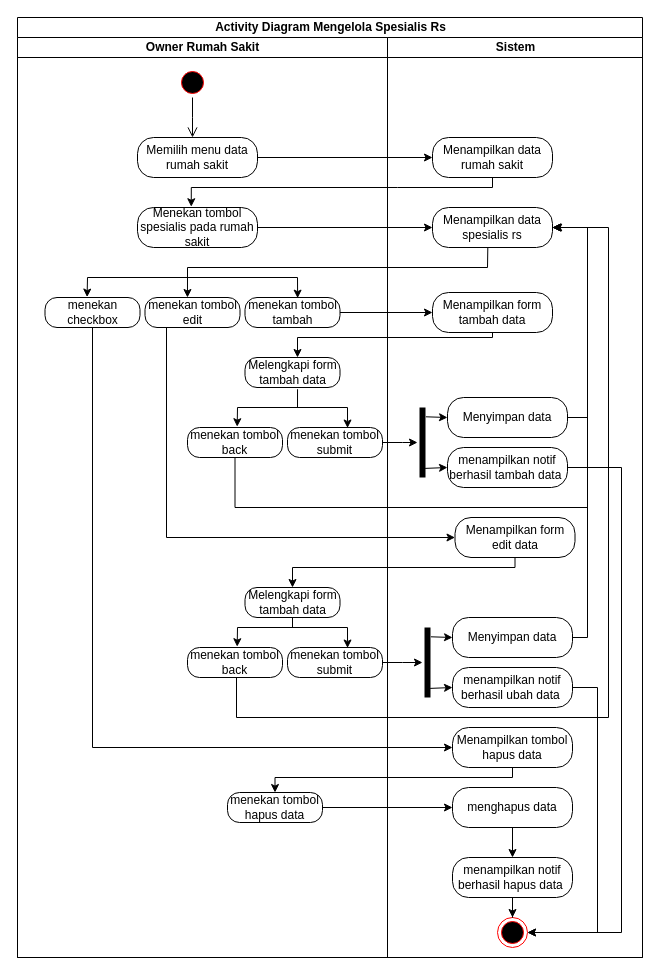
The draw.io diagram activity diagram/Owner Rumah Sakit/mengelola spesialis rs.drawio in Muhamadrafliseptian/rancangan-sistem-dan-dokumen, before the edit. Source tidied: cells renumbered, new cells numbered last; positions are measured from the earlier drawing's top-left corner, leaving out a move shared by most shapes. Both pictures are drawn from the tidied source at 100%, with x=0, y=0 at pixel (17, 17).
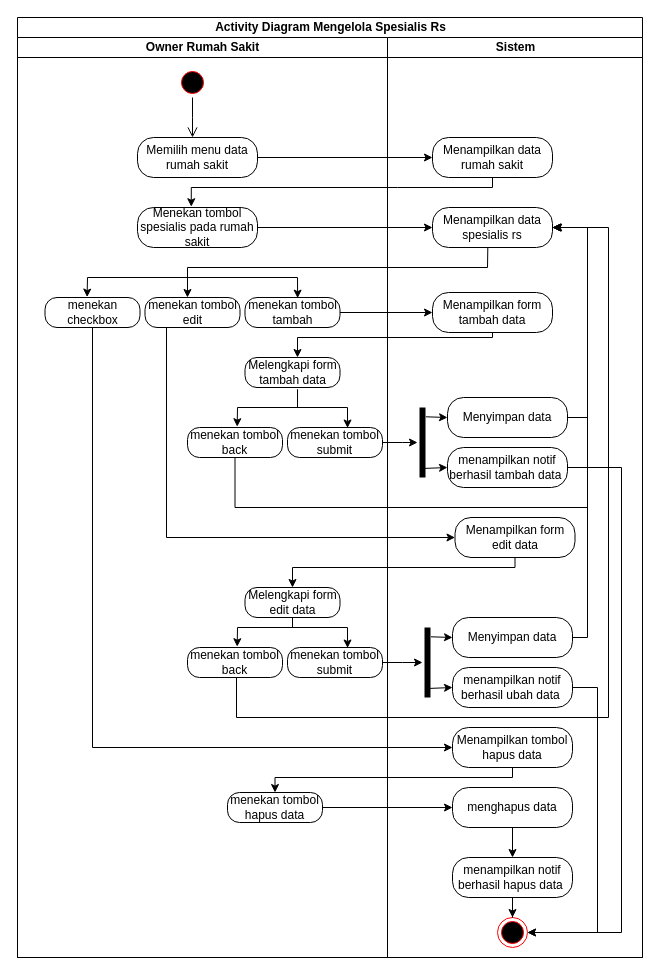
Above is the later version.

The change refers to these unchanged cells:
```xml
<mxCell id="3" value="Owner Rumah Sakit" style="swimlane;startSize=20;html=1;" parent="2" vertex="1">
  <mxGeometry y="20" width="370" height="920" as="geometry" />
</mxCell>
```

Diff of the diagram source:
```diff
@@
-    <mxCell id="18" value="Melengkapi form tambah data" style="rounded=1;whiteSpace=wrap;html=1;arcSize=40;fontColor=#000000;fillColor=default;strokeColor=default;" parent="3" vertex="1">
+    <mxCell id="18" value="Melengkapi form edit data" style="rounded=1;whiteSpace=wrap;html=1;arcSize=40;fontColor=#000000;fillColor=default;strokeColor=default;" parent="3" vertex="1">
       <mxGeometry x="227.5" y="550" width="95" height="30" as="geometry" />
     </mxCell>
```
